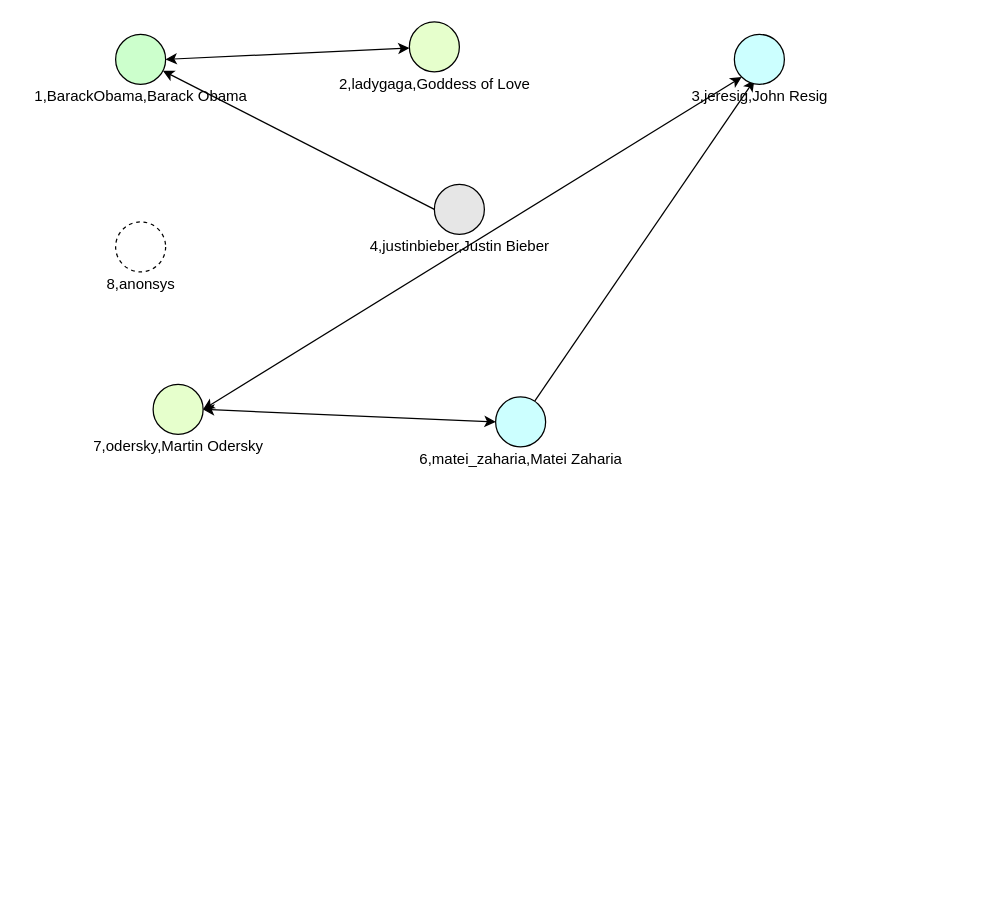
Earlier version of the draw.io diagram page "数仓" (4 of 6) of docs/algorithm/算法.drawio (luckywind/TechWorld). Source tidied: cells renumbered, new cells numbered last; positions are measured from the earlier drawing's top-left corner, leaving out a move shared by most shapes. Both pictures are drawn from the tidied source at 125%, with x=0, y=0 at pixel (21, 21).
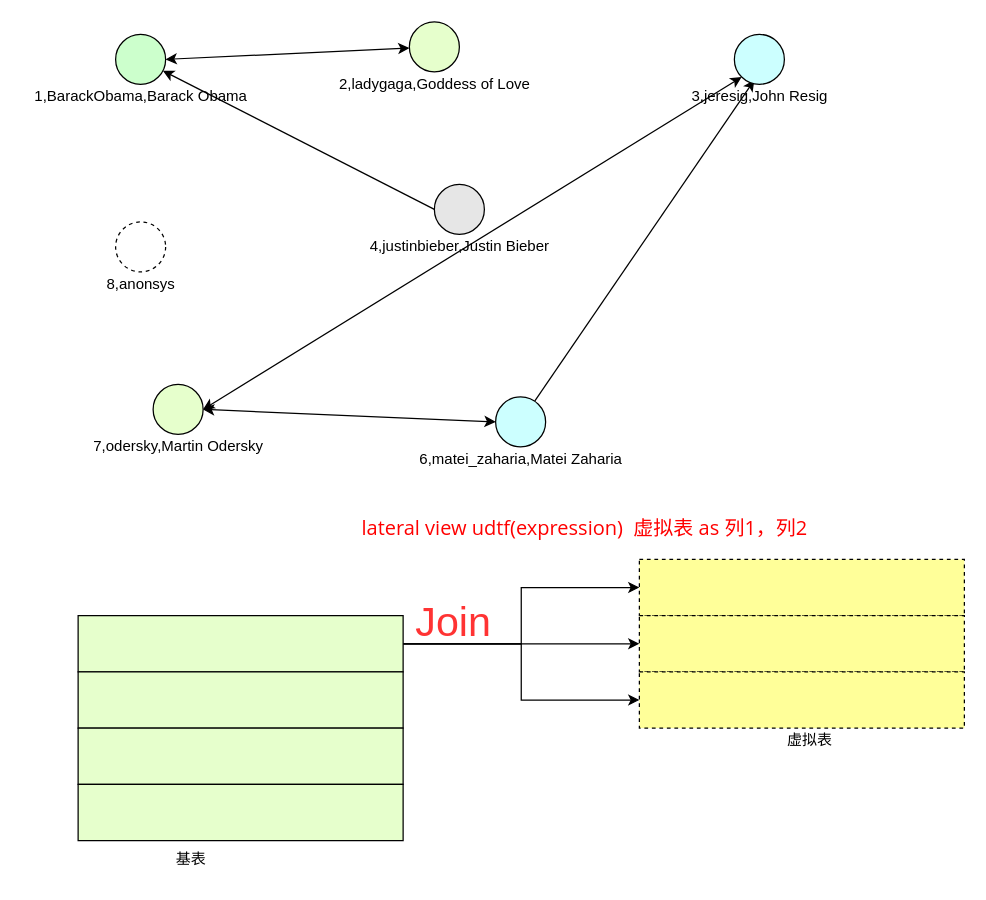
After the change.

Change to the diagram source:
```diff
@@
+    <mxCell id="21" style="edgeStyle=orthogonalEdgeStyle;rounded=0;jettySize=auto;html=1;exitX=1;exitY=0.5;exitDx=0;exitDy=0;entryX=0;entryY=0.5;entryDx=0;entryDy=0;" parent="1" edge="1" source="24" target="28">
+      <mxGeometry relative="1" as="geometry" />
+    </mxCell>
+    <mxCell id="22" style="edgeStyle=orthogonalEdgeStyle;rounded=0;jettySize=auto;html=1;exitX=1;exitY=0.5;exitDx=0;exitDy=0;" parent="1" edge="1" source="24" target="29">
+      <mxGeometry relative="1" as="geometry" />
+    </mxCell>
+    <mxCell id="23" style="edgeStyle=orthogonalEdgeStyle;rounded=0;jettySize=auto;html=1;exitX=1;exitY=0.5;exitDx=0;exitDy=0;entryX=0;entryY=0.5;entryDx=0;entryDy=0;" parent="1" edge="1" source="24" target="30">
+      <mxGeometry relative="1" as="geometry" />
+    </mxCell>
+    <mxCell id="24" style="rounded=0;whiteSpace=wrap;html=1;fillColor=#E6FFCC;" parent="1" vertex="1">
+      <mxGeometry x="45" y="475" width="260" height="45" as="geometry" />
+    </mxCell>
+    <mxCell id="25" style="rounded=0;whiteSpace=wrap;html=1;fillColor=#E6FFCC;" parent="1" vertex="1">
+      <mxGeometry x="45" y="520" width="260" height="45" as="geometry" />
+    </mxCell>
+    <mxCell id="26" style="rounded=0;whiteSpace=wrap;html=1;fillColor=#E6FFCC;" parent="1" vertex="1">
+      <mxGeometry x="45" y="565" width="260" height="45" as="geometry" />
+    </mxCell>
+    <mxCell id="27" style="rounded=0;whiteSpace=wrap;html=1;fillColor=#E6FFCC;" parent="1" vertex="1">
+      <mxGeometry x="45" y="610" width="260" height="45" as="geometry" />
+    </mxCell>
+    <mxCell id="28" style="rounded=0;whiteSpace=wrap;html=1;fillColor=#FFFF99;dashed=1;" parent="1" vertex="1">
+      <mxGeometry x="494" y="430" width="260" height="45" as="geometry" />
+    </mxCell>
+    <mxCell id="29" style="rounded=0;whiteSpace=wrap;html=1;fillColor=#FFFF99;dashed=1;" parent="1" vertex="1">
+      <mxGeometry x="494" y="475" width="260" height="45" as="geometry" />
+    </mxCell>
+    <mxCell id="30" style="rounded=0;whiteSpace=wrap;html=1;fillColor=#FFFF99;dashed=1;" parent="1" vertex="1">
+      <mxGeometry x="494" y="520" width="260" height="45" as="geometry" />
+    </mxCell>
+    <mxCell id="31" value="基表" style="text;html=1;align=center;verticalAlign=middle;strokeColor=none;fillColor=none;" parent="1" vertex="1">
+      <mxGeometry x="110" y="655" width="50" height="30" as="geometry" />
+    </mxCell>
+    <mxCell id="32" value="虚拟表" style="text;html=1;align=center;verticalAlign=middle;strokeColor=none;fillColor=none;" parent="1" vertex="1">
+      <mxGeometry x="600" y="560" width="60" height="30" as="geometry" />
+    </mxCell>
+    <mxCell id="33" value="&lt;span style=&quot;caret-color: rgb(255, 0, 0); color: rgb(255, 0, 0); font-family: &amp;quot;Open Sans&amp;quot;, &amp;quot;Clear Sans&amp;quot;, &amp;quot;Helvetica Neue&amp;quot;, Helvetica, Arial, sans-serif; font-size: 16px; orphans: 4; text-align: start; text-size-adjust: auto; background-color: rgb(255, 255, 255);&quot;&gt;lateral view udtf(expression)&amp;nbsp; 虚拟表 as 列1，列2&lt;/span&gt;" style="text;html=1;align=center;verticalAlign=middle;strokeColor=none;fillColor=none;" parent="1" vertex="1">
+      <mxGeometry x="265" y="390" width="370" height="30" as="geometry" />
+    </mxCell>
+    <mxCell id="34" value="Join" style="text;html=1;align=center;verticalAlign=middle;strokeColor=none;fillColor=none;fontColor=#FF3333;fontSize=33;" parent="1" vertex="1">
+      <mxGeometry x="305" y="455" width="80" height="50" as="geometry" />
+    </mxCell>
```
